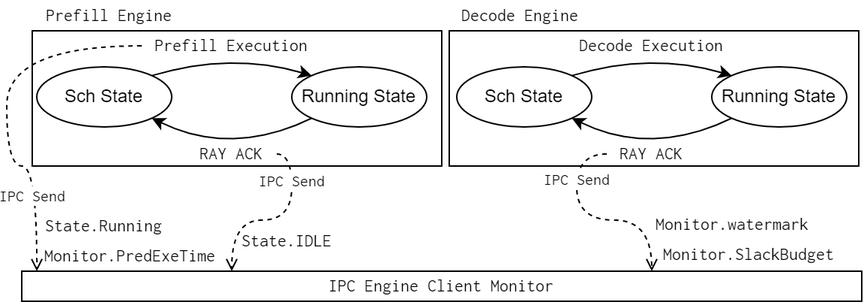
tropical-project/tropical-project keeps this draw.io diagram as docs/imgs/Monitor.png. Above is the earlier version. Source tidied: cells renumbered, new cells last; positions are measured from the earlier drawing's top-left corner, leaving out a move shared by most shapes. The source it was exported from:
```xml
<mxGraphModel>
  <root>
    <mxCell id="0" />
    <mxCell id="1" parent="0" />
    <mxCell id="2" style="rounded=0;whiteSpace=wrap;html=1;fontFamily=Inconsolata;fillColor=none;" parent="1" vertex="1">
      <mxGeometry x="295" y="20" width="273" height="90" as="geometry" />
    </mxCell>
    <mxCell id="3" style="rounded=0;whiteSpace=wrap;html=1;fontFamily=Inconsolata;fillColor=none;" parent="1" vertex="1">
      <mxGeometry x="17" y="20" width="273" height="90" as="geometry" />
    </mxCell>
    <mxCell id="4" style="edgeStyle=orthogonalEdgeStyle;curved=1;jettySize=auto;html=1;entryX=0.018;entryY=0;entryDx=0;entryDy=0;entryPerimeter=0;fontFamily=Inconsolata;startArrow=none;startFill=0;endArrow=open;endFill=0;exitX=0;exitY=0.5;exitDx=0;exitDy=0;dashed=1;" parent="1" edge="1" source="10" target="20">
      <mxGeometry relative="1" as="geometry">
        <Array as="points">
          <mxPoint y="30" />
          <mxPoint y="110" />
          <mxPoint x="20" y="110" />
        </Array>
      </mxGeometry>
    </mxCell>
    <mxCell id="5" value="IPC Send" style="edgeLabel;html=1;align=center;verticalAlign=middle;fontFamily=Inconsolata;" parent="4" vertex="1">
      <mxGeometry x="0.55" y="-2" relative="1" as="geometry">
        <mxPoint x="-1" y="8" as="offset" />
      </mxGeometry>
    </mxCell>
    <mxCell id="6" value="Sch State" style="ellipse;whiteSpace=wrap;html=1;" parent="1" vertex="1">
      <mxGeometry x="20" y="44" width="90" height="40" as="geometry" />
    </mxCell>
    <mxCell id="7" value="Running State" style="ellipse;whiteSpace=wrap;html=1;" parent="1" vertex="1">
      <mxGeometry x="190" y="44" width="90" height="40" as="geometry" />
    </mxCell>
    <mxCell id="8" style="endArrow=classic;html=1;exitX=1;exitY=0;exitDx=0;exitDy=0;entryX=0;entryY=0;entryDx=0;entryDy=0;curved=1;endFill=1;" parent="1" edge="1" source="6" target="7">
      <mxGeometry relative="1" as="geometry">
        <Array as="points">
          <mxPoint x="150" y="34" />
        </Array>
      </mxGeometry>
    </mxCell>
    <mxCell id="9" style="endArrow=none;html=1;curved=1;entryX=0;entryY=1;entryDx=0;entryDy=0;exitX=1;exitY=1;exitDx=0;exitDy=0;startArrow=classic;startFill=1;" parent="1" edge="1" source="6" target="7">
      <mxGeometry relative="1" as="geometry">
        <Array as="points">
          <mxPoint x="150" y="104" />
        </Array>
      </mxGeometry>
    </mxCell>
    <mxCell id="10" value="&lt;font face=&quot;Inconsolata&quot;&gt;Prefill Execution&lt;/font&gt;" style="text;html=1;strokeColor=none;fillColor=none;align=center;verticalAlign=middle;whiteSpace=wrap;rounded=0;" parent="1" vertex="1">
      <mxGeometry x="90" y="20" width="120" height="20" as="geometry" />
    </mxCell>
    <mxCell id="11" style="edgeStyle=orthogonalEdgeStyle;curved=1;jettySize=auto;html=1;entryX=0.25;entryY=0;entryDx=0;entryDy=0;dashed=1;fontFamily=Inconsolata;startArrow=none;startFill=0;endArrow=open;endFill=0;exitX=1;exitY=0.5;exitDx=0;exitDy=0;" parent="1" edge="1" source="13" target="20">
      <mxGeometry relative="1" as="geometry">
        <Array as="points">
          <mxPoint x="190" y="102" />
          <mxPoint x="190" y="146" />
          <mxPoint x="150" y="146" />
        </Array>
      </mxGeometry>
    </mxCell>
    <mxCell id="12" value="IPC Send" style="edgeLabel;html=1;align=center;verticalAlign=middle;fontFamily=Inconsolata;" parent="11" vertex="1">
      <mxGeometry x="-0.24" relative="1" as="geometry">
        <mxPoint y="-21" as="offset" />
      </mxGeometry>
    </mxCell>
    <mxCell id="13" value="&lt;font face=&quot;Inconsolata&quot;&gt;RAY ACK&lt;/font&gt;" style="text;html=1;strokeColor=none;fillColor=none;align=center;verticalAlign=middle;whiteSpace=wrap;rounded=0;" parent="1" vertex="1">
      <mxGeometry x="120" y="92" width="60" height="20" as="geometry" />
    </mxCell>
    <mxCell id="14" value="Sch State" style="ellipse;whiteSpace=wrap;html=1;" parent="1" vertex="1">
      <mxGeometry x="300" y="44" width="90" height="40" as="geometry" />
    </mxCell>
    <mxCell id="15" value="Running State" style="ellipse;whiteSpace=wrap;html=1;" parent="1" vertex="1">
      <mxGeometry x="470" y="44" width="90" height="40" as="geometry" />
    </mxCell>
    <mxCell id="16" style="endArrow=classic;html=1;exitX=1;exitY=0;exitDx=0;exitDy=0;entryX=0;entryY=0;entryDx=0;entryDy=0;curved=1;endFill=1;" parent="1" edge="1" source="14" target="15">
      <mxGeometry relative="1" as="geometry">
        <Array as="points">
          <mxPoint x="430" y="34" />
        </Array>
      </mxGeometry>
    </mxCell>
    <mxCell id="17" style="endArrow=none;html=1;curved=1;entryX=0;entryY=1;entryDx=0;entryDy=0;exitX=1;exitY=1;exitDx=0;exitDy=0;startArrow=classic;startFill=1;" parent="1" edge="1" source="14" target="15">
      <mxGeometry relative="1" as="geometry">
        <Array as="points">
          <mxPoint x="430" y="104" />
        </Array>
      </mxGeometry>
    </mxCell>
    <mxCell id="18" value="&lt;font face=&quot;Inconsolata&quot;&gt;Decode Execution&lt;/font&gt;" style="text;html=1;strokeColor=none;fillColor=none;align=center;verticalAlign=middle;whiteSpace=wrap;rounded=0;" parent="1" vertex="1">
      <mxGeometry x="370" y="20" width="120" height="20" as="geometry" />
    </mxCell>
    <mxCell id="19" value="&lt;font face=&quot;Inconsolata&quot;&gt;RAY ACK&lt;/font&gt;" style="text;html=1;strokeColor=none;fillColor=none;align=center;verticalAlign=middle;whiteSpace=wrap;rounded=0;" parent="1" vertex="1">
      <mxGeometry x="400" y="92" width="60" height="20" as="geometry" />
    </mxCell>
    <mxCell id="20" value="IPC Engine Client Monitor" style="rounded=0;whiteSpace=wrap;html=1;fontFamily=Inconsolata;" parent="1" vertex="1">
      <mxGeometry x="10" y="180" width="560" height="20" as="geometry" />
    </mxCell>
    <mxCell id="21" value="&lt;font face=&quot;Inconsolata&quot;&gt;State.Running&lt;/font&gt;" style="text;html=1;strokeColor=none;fillColor=none;align=center;verticalAlign=middle;whiteSpace=wrap;rounded=0;" parent="1" vertex="1">
      <mxGeometry x="25" y="140" width="80" height="20" as="geometry" />
    </mxCell>
    <mxCell id="22" value="&lt;font face=&quot;Inconsolata&quot;&gt;State.IDLE&lt;/font&gt;" style="text;html=1;strokeColor=none;fillColor=none;align=center;verticalAlign=middle;whiteSpace=wrap;rounded=0;" parent="1" vertex="1">
      <mxGeometry x="157" y="150" width="60" height="20" as="geometry" />
    </mxCell>
    <mxCell id="23" style="edgeStyle=orthogonalEdgeStyle;curved=1;jettySize=auto;html=1;entryX=0.75;entryY=0;entryDx=0;entryDy=0;dashed=1;fontFamily=Inconsolata;startArrow=none;startFill=0;endArrow=open;endFill=0;exitX=0;exitY=0.5;exitDx=0;exitDy=0;" parent="1" edge="1" source="19" target="20">
      <mxGeometry relative="1" as="geometry" />
    </mxCell>
    <mxCell id="24" value="IPC Send" style="edgeLabel;html=1;align=center;verticalAlign=middle;fontFamily=Inconsolata;" parent="23" vertex="1">
      <mxGeometry x="-0.24" relative="1" as="geometry">
        <mxPoint y="-19" as="offset" />
      </mxGeometry>
    </mxCell>
    <mxCell id="25" value="&lt;font face=&quot;Inconsolata&quot;&gt;Monitor.watermark&lt;/font&gt;" style="text;html=1;strokeColor=none;fillColor=none;align=center;verticalAlign=middle;whiteSpace=wrap;rounded=0;" parent="1" vertex="1">
      <mxGeometry x="429" y="139" width="110" height="20" as="geometry" />
    </mxCell>
    <mxCell id="26" value="&lt;font face=&quot;Inconsolata&quot;&gt;Monitor.SlackBudget&lt;/font&gt;" style="text;html=1;strokeColor=none;fillColor=none;align=center;verticalAlign=middle;whiteSpace=wrap;rounded=0;" parent="1" vertex="1">
      <mxGeometry x="440" y="160" width="120" height="20" as="geometry" />
    </mxCell>
    <mxCell id="27" value="Prefill Engine" style="text;html=1;strokeColor=none;fillColor=none;align=center;verticalAlign=middle;whiteSpace=wrap;rounded=0;fontFamily=Inconsolata;" parent="1" vertex="1">
      <mxGeometry x="17" width="103" height="20" as="geometry" />
    </mxCell>
    <mxCell id="28" value="Decode Engine" style="text;html=1;strokeColor=none;fillColor=none;align=center;verticalAlign=middle;whiteSpace=wrap;rounded=0;fontFamily=Inconsolata;" parent="1" vertex="1">
      <mxGeometry x="295" width="95" height="20" as="geometry" />
    </mxCell>
    <mxCell id="29" value="&lt;font face=&quot;Inconsolata&quot;&gt;Monitor.PredExeTime&lt;/font&gt;" style="text;html=1;strokeColor=none;fillColor=none;align=center;verticalAlign=middle;whiteSpace=wrap;rounded=0;" parent="1" vertex="1">
      <mxGeometry x="25" y="160" width="115" height="20" as="geometry" />
    </mxCell>
  </root>
</mxGraphModel>
```
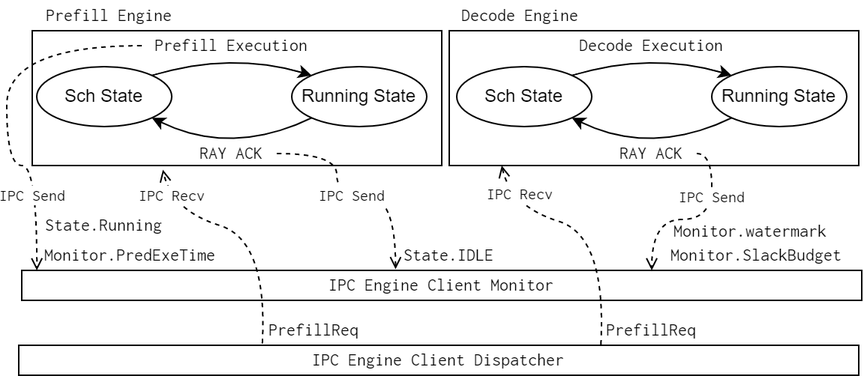
After the commit.

What changed in the source:
```diff
@@ -45,18 +45,18 @@
     <mxCell id="10" value="&lt;font face=&quot;Inconsolata&quot;&gt;Prefill Execution&lt;/font&gt;" style="text;html=1;strokeColor=none;fillColor=none;align=center;verticalAlign=middle;whiteSpace=wrap;rounded=0;" parent="1" vertex="1">
       <mxGeometry x="90" y="20" width="120" height="20" as="geometry" />
     </mxCell>
-    <mxCell id="11" style="edgeStyle=orthogonalEdgeStyle;curved=1;jettySize=auto;html=1;entryX=0.25;entryY=0;entryDx=0;entryDy=0;dashed=1;fontFamily=Inconsolata;startArrow=none;startFill=0;endArrow=open;endFill=0;exitX=1;exitY=0.5;exitDx=0;exitDy=0;" parent="1" edge="1" source="13" target="20">
+    <mxCell id="11" style="edgeStyle=orthogonalEdgeStyle;curved=1;jettySize=auto;html=1;dashed=1;fontFamily=Inconsolata;startArrow=none;startFill=0;endArrow=open;endFill=0;exitX=1;exitY=0.5;exitDx=0;exitDy=0;entryX=0.445;entryY=-0.04;entryDx=0;entryDy=0;entryPerimeter=0;" parent="1" edge="1" source="13" target="20">
       <mxGeometry relative="1" as="geometry">
         <Array as="points">
-          <mxPoint x="190" y="102" />
-          <mxPoint x="190" y="146" />
-          <mxPoint x="150" y="146" />
+          <mxPoint x="220" y="102" />
+          <mxPoint x="220" y="130" />
+          <mxPoint x="259" y="130" />
         </Array>
       </mxGeometry>
     </mxCell>
     <mxCell id="12" value="IPC Send" style="edgeLabel;html=1;align=center;verticalAlign=middle;fontFamily=Inconsolata;" parent="11" vertex="1">
       <mxGeometry x="-0.24" relative="1" as="geometry">
-        <mxPoint y="-21" as="offset" />
+        <mxPoint x="10" y="9" as="offset" />
       </mxGeometry>
     </mxCell>
     <mxCell id="13" value="&lt;font face=&quot;Inconsolata&quot;&gt;RAY ACK&lt;/font&gt;" style="text;html=1;strokeColor=none;fillColor=none;align=center;verticalAlign=middle;whiteSpace=wrap;rounded=0;" parent="1" vertex="1">
@@ -95,18 +95,24 @@
       <mxGeometry x="25" y="140" width="80" height="20" as="geometry" />
     </mxCell>
     <mxCell id="22" value="&lt;font face=&quot;Inconsolata&quot;&gt;State.IDLE&lt;/font&gt;" style="text;html=1;strokeColor=none;fillColor=none;align=center;verticalAlign=middle;whiteSpace=wrap;rounded=0;" parent="1" vertex="1">
-      <mxGeometry x="157" y="150" width="60" height="20" as="geometry" />
+      <mxGeometry x="265" y="160" width="60" height="20" as="geometry" />
     </mxCell>
-    <mxCell id="23" style="edgeStyle=orthogonalEdgeStyle;curved=1;jettySize=auto;html=1;entryX=0.75;entryY=0;entryDx=0;entryDy=0;dashed=1;fontFamily=Inconsolata;startArrow=none;startFill=0;endArrow=open;endFill=0;exitX=0;exitY=0.5;exitDx=0;exitDy=0;" parent="1" edge="1" source="19" target="20">
-      <mxGeometry relative="1" as="geometry" />
+    <mxCell id="23" style="edgeStyle=orthogonalEdgeStyle;curved=1;jettySize=auto;html=1;entryX=0.75;entryY=0;entryDx=0;entryDy=0;dashed=1;fontFamily=Inconsolata;startArrow=none;startFill=0;endArrow=open;endFill=0;exitX=1;exitY=0.5;exitDx=0;exitDy=0;" parent="1" edge="1" source="19" target="20">
+      <mxGeometry relative="1" as="geometry">
+        <Array as="points">
+          <mxPoint x="470" y="102" />
+          <mxPoint x="470" y="146" />
+          <mxPoint x="430" y="146" />
+        </Array>
+      </mxGeometry>
     </mxCell>
     <mxCell id="24" value="IPC Send" style="edgeLabel;html=1;align=center;verticalAlign=middle;fontFamily=Inconsolata;" parent="23" vertex="1">
       <mxGeometry x="-0.24" relative="1" as="geometry">
-        <mxPoint y="-19" as="offset" />
+        <mxPoint y="-10" as="offset" />
       </mxGeometry>
     </mxCell>
     <mxCell id="25" value="&lt;font face=&quot;Inconsolata&quot;&gt;Monitor.watermark&lt;/font&gt;" style="text;html=1;strokeColor=none;fillColor=none;align=center;verticalAlign=middle;whiteSpace=wrap;rounded=0;" parent="1" vertex="1">
-      <mxGeometry x="429" y="139" width="110" height="20" as="geometry" />
+      <mxGeometry x="441" y="144" width="110" height="20" as="geometry" />
     </mxCell>
     <mxCell id="26" value="&lt;font face=&quot;Inconsolata&quot;&gt;Monitor.SlackBudget&lt;/font&gt;" style="text;html=1;strokeColor=none;fillColor=none;align=center;verticalAlign=middle;whiteSpace=wrap;rounded=0;" parent="1" vertex="1">
       <mxGeometry x="440" y="160" width="120" height="20" as="geometry" />
@@ -120,5 +126,39 @@
     <mxCell id="29" value="&lt;font face=&quot;Inconsolata&quot;&gt;Monitor.PredExeTime&lt;/font&gt;" style="text;html=1;strokeColor=none;fillColor=none;align=center;verticalAlign=middle;whiteSpace=wrap;rounded=0;" parent="1" vertex="1">
       <mxGeometry x="25" y="160" width="115" height="20" as="geometry" />
     </mxCell>
+    <mxCell id="30" style="endArrow=open;html=1;dashed=1;fontFamily=Inconsolata;curved=1;entryX=0.319;entryY=1.031;entryDx=0;entryDy=0;exitX=0.29;exitY=-0.06;exitDx=0;exitDy=0;exitPerimeter=0;endFill=0;entryPerimeter=0;" parent="1" edge="1" source="33" target="3">
+      <mxGeometry relative="1" as="geometry">
+        <Array as="points">
+          <mxPoint x="174" y="160" />
+          <mxPoint x="110" y="140" />
+        </Array>
+      </mxGeometry>
+    </mxCell>
+    <mxCell id="31" value="IPC Recv" style="edgeLabel;html=1;align=center;verticalAlign=middle;fontFamily=Inconsolata;" parent="1" vertex="1">
+      <mxGeometry x="110" y="130" as="geometry" />
+    </mxCell>
+    <mxCell id="32" value="&lt;font face=&quot;Inconsolata&quot;&gt;PrefillReq&lt;/font&gt;" style="text;html=1;strokeColor=none;fillColor=none;align=center;verticalAlign=middle;whiteSpace=wrap;rounded=0;" parent="1" vertex="1">
+      <mxGeometry x="165" y="210" width="80" height="20" as="geometry" />
+    </mxCell>
+    <mxCell id="33" value="IPC Engine Client Dispatcher" style="rounded=0;whiteSpace=wrap;html=1;fontFamily=Inconsolata;" parent="1" vertex="1">
+      <mxGeometry x="8" y="230" width="560" height="20" as="geometry" />
+    </mxCell>
+    <mxCell id="34" style="endArrow=open;html=1;dashed=1;fontFamily=Inconsolata;curved=1;entryX=0.319;entryY=1.031;entryDx=0;entryDy=0;exitX=0.693;exitY=-0.02;exitDx=0;exitDy=0;exitPerimeter=0;endFill=0;entryPerimeter=0;" parent="1" edge="1" source="33">
+      <mxGeometry relative="1" as="geometry">
+        <mxPoint x="330" y="110" as="targetPoint" />
+        <Array as="points">
+          <mxPoint x="399.9" y="157.2" />
+          <mxPoint x="335.9" y="137.2" />
+        </Array>
+      </mxGeometry>
+    </mxCell>
+    <mxCell id="35" value="IPC Recv" style="edgeLabel;html=1;align=center;verticalAlign=middle;fontFamily=Inconsolata;" parent="34" vertex="1">
+      <mxGeometry x="0.72" y="-7" relative="1" as="geometry">
+        <mxPoint y="-3" as="offset" />
+      </mxGeometry>
+    </mxCell>
+    <mxCell id="36" value="&lt;font face=&quot;Inconsolata&quot;&gt;PrefillReq&lt;/font&gt;" style="text;html=1;strokeColor=none;fillColor=none;align=center;verticalAlign=middle;whiteSpace=wrap;rounded=0;" parent="1" vertex="1">
+      <mxGeometry x="390" y="210" width="80" height="20" as="geometry" />
+    </mxCell>
   </root>
 </mxGraphModel>
```
